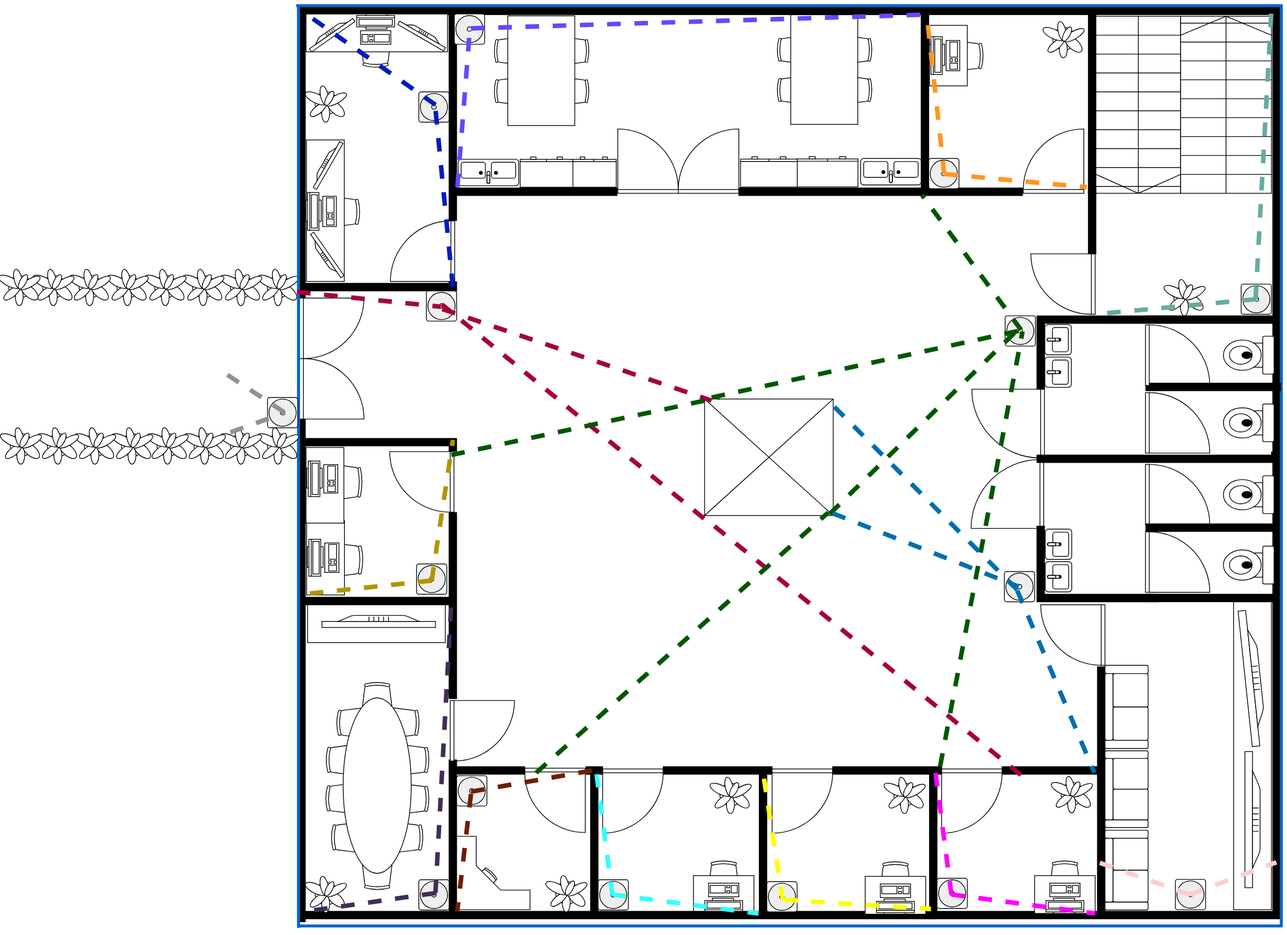
The draw.io diagram diagram.svg in ziobrowskipiotr/BSc-Thesis, before a commit. Source tidied: cells renumbered, new cells last; positions are measured from the earlier drawing's top-left corner, leaving out a move shared by most shapes.
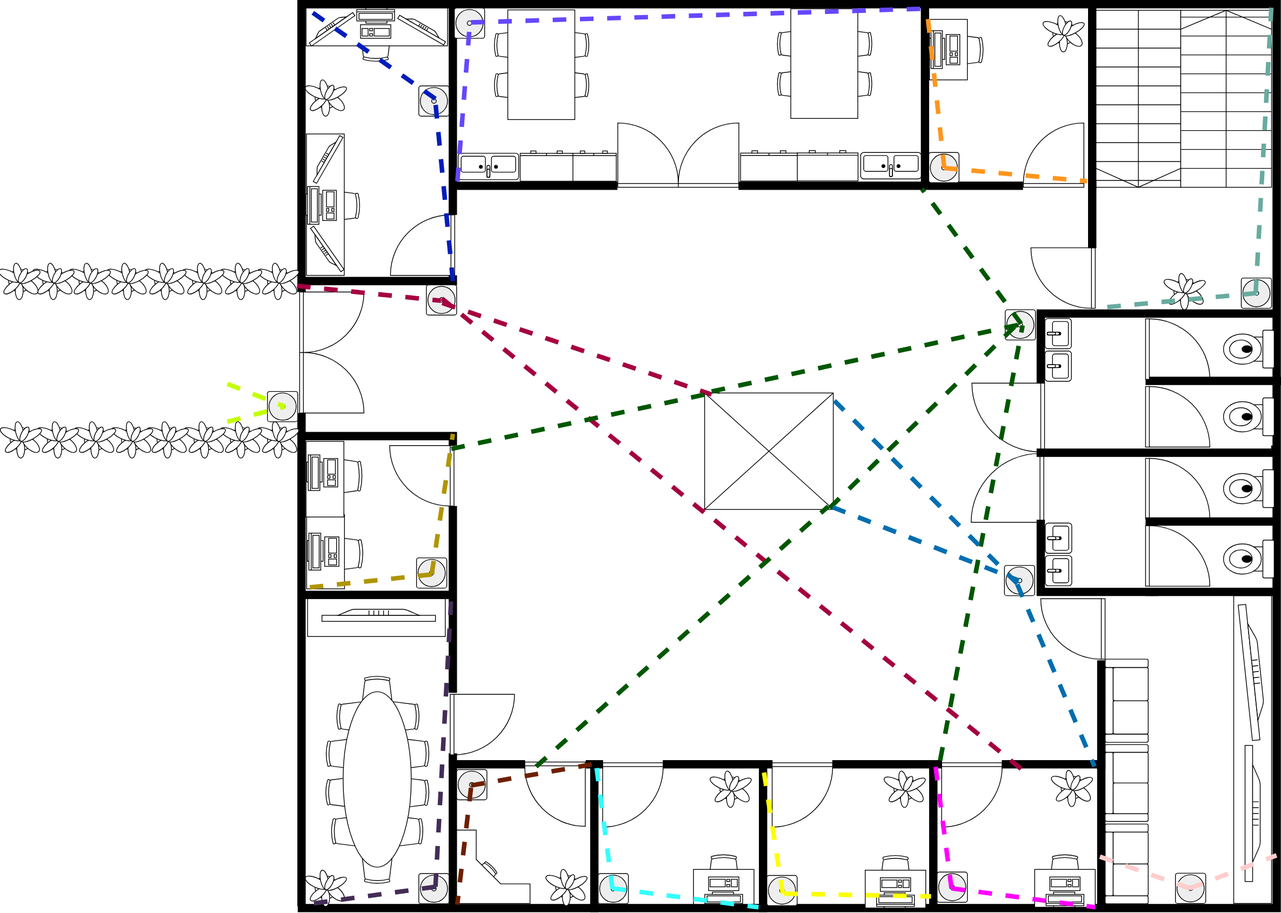
The same diagram one commit later.

Change to the diagram source:
```diff
@@ -50,3 +50,3 @@
     <mxCell id="17" style="verticalLabelPosition=bottom;html=1;verticalAlign=top;align=center;strokeWidth=1;shape=mxgraph.floorplan.wallU;fillColor=#000000;rounded=0;shadow=0;comic=0;fontFamily=Verdana;fontSize=12;rotation=90;" parent="1" vertex="1">
-      <mxGeometry x="440" y="0.4" width="1205.2" height="1298.2" as="geometry" />
+      <mxGeometry x="440" y="-0.6" width="1205.2" height="1298.2" as="geometry" />
     </mxCell>
@@ -77,3 +77,3 @@
     <mxCell id="26" style="verticalLabelPosition=bottom;html=1;verticalAlign=top;align=center;strokeWidth=1;shape=mxgraph.floorplan.wall;fillColor=#000000;direction=south;rounded=0;shadow=0;comic=0;fontFamily=Verdana;fontSize=12;" parent="1" vertex="1">
-      <mxGeometry x="393" y="592" width="10" height="664" as="geometry" />
+      <mxGeometry x="393" y="592" width="10" height="651" as="geometry" />
     </mxCell>
@@ -116,3 +116,3 @@
     <mxCell id="39" style="verticalLabelPosition=bottom;html=1;verticalAlign=top;align=center;strokeWidth=1;shape=mxgraph.floorplan.wall;fillColor=#000000;direction=south;rounded=0;shadow=0;comic=0;fontFamily=Verdana;fontSize=12;" parent="1" vertex="1">
-      <mxGeometry x="1228" y="1061" width="10" height="191" as="geometry" />
+      <mxGeometry x="1228" y="1061" width="10" height="182" as="geometry" />
     </mxCell>
@@ -238,11 +238,2 @@
     </mxCell>
-    <mxCell id="80" style="line;strokeWidth=4;html=1;perimeter=backbonePerimeter;rounded=1;shadow=0;comic=0;fillColor=none;fontFamily=Verdana;fontSize=28;fontColor=#6881B3;align=center;strokeColor=#0066CC;" parent="1" vertex="1">
-      <mxGeometry x="391" y="40" width="1304" height="10" as="geometry" />
-    </mxCell>
-    <mxCell id="81" style="line;strokeWidth=4;direction=south;html=1;rounded=1;shadow=0;comic=0;labelBackgroundColor=#ffffff;fillColor=none;fontFamily=Verdana;fontSize=28;fontColor=#6881B3;strokeColor=#0066CC;" parent="1" vertex="1">
-      <mxGeometry x="389" y="44" width="10" height="1220" as="geometry" />
-    </mxCell>
-    <mxCell id="82" style="line;strokeWidth=4;direction=south;html=1;rounded=1;shadow=0;comic=0;labelBackgroundColor=#ffffff;fillColor=none;fontFamily=Verdana;fontSize=28;fontColor=#6881B3;strokeColor=#0066CC;" parent="1" vertex="1">
-      <mxGeometry x="1688" y="46" width="10" height="1217" as="geometry" />
-    </mxCell>
     <mxCell id="83" style="verticalLabelPosition=bottom;html=1;verticalAlign=top;align=center;strokeWidth=1;shape=mxgraph.floorplan.office_chair;fillColor=#ffffff;strokeColor=#000000;shadow=0;rounded=0;comic=0;fontFamily=Verdana;fontSize=12;" parent="1" vertex="1">
@@ -256,5 +247,2 @@
     </mxCell>
-    <mxCell id="86" style="line;strokeWidth=4;html=1;perimeter=backbonePerimeter;rounded=1;shadow=0;comic=0;fillColor=none;fontFamily=Verdana;fontSize=28;fontColor=#6881B3;align=center;strokeColor=#0066CC;" parent="1" vertex="1">
-      <mxGeometry x="395" y="1251" width="1299" height="21" as="geometry" />
-    </mxCell>
     <mxCell id="87" style="verticalLabelPosition=bottom;html=1;verticalAlign=top;align=center;strokeWidth=1;shape=mxgraph.floorplan.toilet;rounded=0;shadow=0;comic=0;fontFamily=Verdana;fontSize=12;rotation=-90;direction=west;flipH=0;flipV=0;" parent="1" vertex="1">
@@ -532,3 +520,3 @@
     </mxCell>
-    <mxCell id="178" style="endArrow=none;dashed=1;html=1;rounded=0;exitX=0.757;exitY=-0.5;exitDx=0;exitDy=0;exitPerimeter=0;entryX=0.99;entryY=0.8;entryDx=0;entryDy=0;entryPerimeter=0;fontSize=11;spacing=2;arcSize=20;labelBorderColor=none;fillColor=#76608a;strokeColor=#432D57;startSize=6;endSize=6;jumpSize=6;strokeWidth=6;" parent="1" edge="1" target="19">
+    <mxCell id="178" style="endArrow=none;dashed=1;html=1;rounded=0;exitX=0.757;exitY=-0.5;exitDx=0;exitDy=0;exitPerimeter=0;entryX=0.99;entryY=0.8;entryDx=0;entryDy=0;entryPerimeter=0;fontSize=11;spacing=2;arcSize=20;labelBorderColor=none;fillColor=#76608a;strokeColor=light-dark(#432D57,#432D57);startSize=6;endSize=6;jumpSize=6;strokeWidth=6;" parent="1" edge="1" target="19">
       <mxGeometry relative="1" as="geometry">
@@ -537,3 +525,3 @@
     </mxCell>
-    <mxCell id="179" style="endArrow=none;dashed=1;html=1;rounded=0;exitX=0.757;exitY=-0.5;exitDx=0;exitDy=0;exitPerimeter=0;fontSize=11;spacing=2;arcSize=20;labelBorderColor=none;fillColor=#76608a;strokeColor=#432D57;startSize=6;endSize=6;jumpSize=6;strokeWidth=6;entryX=0.992;entryY=0.993;entryDx=0;entryDy=0;entryPerimeter=0;" parent="1" edge="1" target="17">
+    <mxCell id="179" style="endArrow=none;dashed=1;html=1;rounded=0;exitX=0.757;exitY=-0.5;exitDx=0;exitDy=0;exitPerimeter=0;fontSize=11;spacing=2;arcSize=20;labelBorderColor=none;fillColor=#76608a;strokeColor=light-dark(#432D57,#432D57);startSize=6;endSize=6;jumpSize=6;strokeWidth=6;entryX=0.992;entryY=0.993;entryDx=0;entryDy=0;entryPerimeter=0;" parent="1" edge="1" target="17">
       <mxGeometry relative="1" as="geometry">
@@ -542,4 +530,6 @@
     </mxCell>
-    <mxCell id="180" style="endArrow=none;dashed=1;html=1;rounded=0;exitX=0.311;exitY=0.7;exitDx=0;exitDy=0;exitPerimeter=0;entryX=0.475;entryY=0.525;entryDx=0;entryDy=0;entryPerimeter=0;fontSize=11;spacing=2;arcSize=20;labelBorderColor=none;fillColor=#d80073;strokeColor=#A50040;startSize=6;endSize=6;jumpSize=6;strokeWidth=6;" parent="1" edge="1" source="81" target="164">
-      <mxGeometry relative="1" as="geometry" />
+    <mxCell id="180" style="endArrow=none;dashed=1;html=1;rounded=0;exitX=0.311;exitY=0.7;exitDx=0;exitDy=0;exitPerimeter=0;entryX=0.475;entryY=0.525;entryDx=0;entryDy=0;entryPerimeter=0;fontSize=11;spacing=2;arcSize=20;labelBorderColor=none;fillColor=#d80073;strokeColor=#A50040;startSize=6;endSize=6;jumpSize=6;strokeWidth=6;" parent="1" edge="1" target="164">
+      <mxGeometry relative="1" as="geometry">
+        <mxPoint x="392" y="423.4" as="sourcePoint" />
+      </mxGeometry>
     </mxCell>
@@ -603,6 +593,6 @@
     </mxCell>
-    <mxCell id="192" style="endArrow=none;dashed=1;html=1;rounded=0;exitX=0.55;exitY=0.475;exitDx=0;exitDy=0;exitPerimeter=0;entryX=0.029;entryY=1.1;entryDx=0;entryDy=0;entryPerimeter=0;fontSize=11;spacing=2;arcSize=20;labelBorderColor=none;fillColor=#d80073;strokeColor=#6647FF;startSize=6;endSize=6;jumpSize=6;strokeWidth=6;" parent="1" edge="1" source="169" target="72">
+    <mxCell id="192" style="endArrow=none;dashed=1;html=1;rounded=0;exitX=0.55;exitY=0.475;exitDx=0;exitDy=0;exitPerimeter=0;entryX=0.029;entryY=1.1;entryDx=0;entryDy=0;entryPerimeter=0;fontSize=11;spacing=2;arcSize=20;labelBorderColor=none;fillColor=#d80073;strokeColor=light-dark(#6647FF,#6647FF);startSize=6;endSize=6;jumpSize=6;strokeWidth=6;" parent="1" edge="1" source="169" target="72">
       <mxGeometry relative="1" as="geometry" />
     </mxCell>
-    <mxCell id="193" style="endArrow=none;dashed=1;html=1;rounded=0;exitX=0.842;exitY=-0.1;exitDx=0;exitDy=0;exitPerimeter=0;entryX=0.99;entryY=0.8;entryDx=0;entryDy=0;entryPerimeter=0;fontSize=11;spacing=2;arcSize=20;labelBorderColor=none;fillColor=#d80073;strokeColor=#6647FF;startSize=6;endSize=6;jumpSize=6;strokeWidth=6;" parent="1" edge="1" source="45">
+    <mxCell id="193" style="endArrow=none;dashed=1;html=1;rounded=0;exitX=0.842;exitY=-0.1;exitDx=0;exitDy=0;exitPerimeter=0;entryX=0.99;entryY=0.8;entryDx=0;entryDy=0;entryPerimeter=0;fontSize=11;spacing=2;arcSize=20;labelBorderColor=none;fillColor=#d80073;strokeColor=light-dark(#6647FF,#6647FF);startSize=6;endSize=6;jumpSize=6;strokeWidth=6;" parent="1" edge="1" source="45">
       <mxGeometry relative="1" as="geometry">
@@ -611,3 +601,3 @@
     </mxCell>
-    <mxCell id="194" style="endArrow=none;dashed=1;html=1;rounded=0;exitX=0.757;exitY=-0.5;exitDx=0;exitDy=0;exitPerimeter=0;entryX=0.012;entryY=0.3;entryDx=0;entryDy=0;entryPerimeter=0;fontSize=11;spacing=2;arcSize=20;labelBorderColor=none;fillColor=#d80073;strokeColor=#FF961E;startSize=6;endSize=6;jumpSize=6;strokeWidth=6;" parent="1" edge="1" target="72">
+    <mxCell id="194" style="endArrow=none;dashed=1;html=1;rounded=0;exitX=0.757;exitY=-0.5;exitDx=0;exitDy=0;exitPerimeter=0;entryX=0.012;entryY=0.3;entryDx=0;entryDy=0;entryPerimeter=0;fontSize=11;spacing=2;arcSize=20;labelBorderColor=none;fillColor=#d80073;strokeColor=light-dark(#FF961E,#FF961E);startSize=6;endSize=6;jumpSize=6;strokeWidth=6;" parent="1" edge="1" target="72">
       <mxGeometry relative="1" as="geometry">
@@ -616,3 +606,3 @@
     </mxCell>
-    <mxCell id="195" style="endArrow=none;dashed=1;html=1;rounded=0;exitX=0.757;exitY=-0.5;exitDx=0;exitDy=0;exitPerimeter=0;entryX=1.05;entryY=0.094;entryDx=0;entryDy=0;entryPerimeter=0;fontSize=11;spacing=2;arcSize=20;labelBorderColor=none;fillColor=#d80073;strokeColor=#FF961E;startSize=6;endSize=6;jumpSize=6;strokeWidth=6;" parent="1" edge="1" target="70">
+    <mxCell id="195" style="endArrow=none;dashed=1;html=1;rounded=0;exitX=0.757;exitY=-0.5;exitDx=0;exitDy=0;exitPerimeter=0;entryX=1.05;entryY=0.094;entryDx=0;entryDy=0;entryPerimeter=0;fontSize=11;spacing=2;arcSize=20;labelBorderColor=none;fillColor=#d80073;strokeColor=light-dark(#FF961E,#FF961E);startSize=6;endSize=6;jumpSize=6;strokeWidth=6;" parent="1" edge="1" target="70">
       <mxGeometry relative="1" as="geometry">
@@ -631,3 +621,3 @@
     </mxCell>
-    <mxCell id="198" style="endArrow=none;dashed=1;html=1;rounded=0;exitX=0.757;exitY=-0.5;exitDx=0;exitDy=0;exitPerimeter=0;entryX=0.992;entryY=0.838;entryDx=0;entryDy=0;entryPerimeter=0;fontSize=11;spacing=2;arcSize=20;labelBorderColor=none;fillColor=#a0522d;strokeColor=#6D1F00;startSize=6;endSize=6;jumpSize=6;strokeWidth=6;" parent="1" edge="1" target="17">
+    <mxCell id="198" style="endArrow=none;dashed=1;html=1;rounded=0;exitX=0.757;exitY=-0.5;exitDx=0;exitDy=0;exitPerimeter=0;entryX=0.992;entryY=0.838;entryDx=0;entryDy=0;entryPerimeter=0;fontSize=11;spacing=2;arcSize=20;labelBorderColor=none;fillColor=#a0522d;strokeColor=light-dark(#6D1F00,#6D1F00);startSize=6;endSize=6;jumpSize=6;strokeWidth=6;" parent="1" edge="1" target="17">
       <mxGeometry relative="1" as="geometry">
@@ -636,3 +626,3 @@
     </mxCell>
-    <mxCell id="199" style="endArrow=none;dashed=1;html=1;rounded=0;exitX=0.757;exitY=-0.5;exitDx=0;exitDy=0;exitPerimeter=0;entryX=-0.005;entryY=0.8;entryDx=0;entryDy=0;entryPerimeter=0;fontSize=11;spacing=2;arcSize=20;labelBorderColor=none;fillColor=#a0522d;strokeColor=#6D1F00;startSize=6;endSize=6;jumpSize=6;strokeWidth=6;" parent="1" edge="1">
+    <mxCell id="199" style="endArrow=none;dashed=1;html=1;rounded=0;exitX=0.757;exitY=-0.5;exitDx=0;exitDy=0;exitPerimeter=0;entryX=-0.005;entryY=0.8;entryDx=0;entryDy=0;entryPerimeter=0;fontSize=11;spacing=2;arcSize=20;labelBorderColor=none;fillColor=#a0522d;strokeColor=light-dark(#6D1F00,#6D1F00);startSize=6;endSize=6;jumpSize=6;strokeWidth=6;" parent="1" edge="1">
       <mxGeometry relative="1" as="geometry">
@@ -642,3 +632,3 @@
     </mxCell>
-    <mxCell id="200" style="endArrow=none;dashed=1;html=1;rounded=0;exitX=0.757;exitY=-0.5;exitDx=0;exitDy=0;exitPerimeter=0;entryX=0.005;entryY=0.2;entryDx=0;entryDy=0;entryPerimeter=0;fontSize=11;spacing=2;arcSize=20;labelBorderColor=none;fillColor=#d80073;strokeColor=#33FFFF;startSize=6;endSize=6;jumpSize=6;strokeWidth=6;" parent="1" edge="1" target="27">
+    <mxCell id="200" style="endArrow=none;dashed=1;html=1;rounded=0;exitX=0.757;exitY=-0.5;exitDx=0;exitDy=0;exitPerimeter=0;entryX=0.005;entryY=0.2;entryDx=0;entryDy=0;entryPerimeter=0;fontSize=11;spacing=2;arcSize=20;labelBorderColor=none;fillColor=#d80073;strokeColor=light-dark(#33FFFF,#33FFFF);startSize=6;endSize=6;jumpSize=6;strokeWidth=6;" parent="1" edge="1" target="27">
       <mxGeometry relative="1" as="geometry">
@@ -647,3 +637,3 @@
     </mxCell>
-    <mxCell id="201" style="endArrow=none;dashed=1;html=1;rounded=0;exitX=0.757;exitY=-0.5;exitDx=0;exitDy=0;exitPerimeter=0;entryX=0.969;entryY=1.1;entryDx=0;entryDy=0;entryPerimeter=0;fontSize=11;spacing=2;arcSize=20;labelBorderColor=none;fillColor=#d80073;strokeColor=light-dark(#33ffff, #ffa9e0);startSize=6;endSize=6;jumpSize=6;strokeWidth=6;" parent="1" edge="1" target="31">
+    <mxCell id="201" style="endArrow=none;dashed=1;html=1;rounded=0;exitX=0.757;exitY=-0.5;exitDx=0;exitDy=0;exitPerimeter=0;entryX=0.969;entryY=1.1;entryDx=0;entryDy=0;entryPerimeter=0;fontSize=11;spacing=2;arcSize=20;labelBorderColor=none;fillColor=#d80073;strokeColor=light-dark(#33FFFF,#33FFFF);startSize=6;endSize=6;jumpSize=6;strokeWidth=6;" parent="1" edge="1" target="31">
       <mxGeometry relative="1" as="geometry">
@@ -652,3 +642,3 @@
     </mxCell>
-    <mxCell id="202" style="endArrow=none;dashed=1;html=1;rounded=0;exitX=0.757;exitY=-0.5;exitDx=0;exitDy=0;exitPerimeter=0;entryX=0.917;entryY=0.8;entryDx=0;entryDy=0;entryPerimeter=0;fontSize=11;spacing=2;arcSize=20;labelBorderColor=none;fillColor=#d80073;strokeColor=light-dark(#fbff05, #ffa9e0);startSize=6;endSize=6;jumpSize=6;strokeWidth=6;" parent="1" edge="1" target="32">
+    <mxCell id="202" style="endArrow=none;dashed=1;html=1;rounded=0;exitX=0.757;exitY=-0.5;exitDx=0;exitDy=0;exitPerimeter=0;entryX=0.917;entryY=0.8;entryDx=0;entryDy=0;entryPerimeter=0;fontSize=11;spacing=2;arcSize=20;labelBorderColor=none;fillColor=#d80073;strokeColor=light-dark(#FBFF05,#FBFF05);startSize=6;endSize=6;jumpSize=6;strokeWidth=6;" parent="1" edge="1" target="32">
       <mxGeometry relative="1" as="geometry">
@@ -657,3 +647,3 @@
     </mxCell>
-    <mxCell id="203" style="endArrow=none;dashed=1;html=1;rounded=0;exitX=0.757;exitY=-0.5;exitDx=0;exitDy=0;exitPerimeter=0;entryX=0.932;entryY=0.8;entryDx=0;entryDy=0;entryPerimeter=0;fontSize=11;spacing=2;arcSize=20;labelBorderColor=none;fillColor=#d80073;strokeColor=light-dark(#fbff05, #ffa9e0);startSize=6;endSize=6;jumpSize=6;strokeWidth=6;" parent="1" edge="1" target="39">
+    <mxCell id="203" style="endArrow=none;dashed=1;html=1;rounded=0;exitX=0.757;exitY=-0.5;exitDx=0;exitDy=0;exitPerimeter=0;entryX=0.932;entryY=0.8;entryDx=0;entryDy=0;entryPerimeter=0;fontSize=11;spacing=2;arcSize=20;labelBorderColor=none;fillColor=#d80073;strokeColor=light-dark(#FBFF05,#FBFF05);startSize=6;endSize=6;jumpSize=6;strokeWidth=6;" parent="1" edge="1" target="39">
       <mxGeometry relative="1" as="geometry">
@@ -662,3 +652,3 @@
     </mxCell>
-    <mxCell id="204" style="endArrow=none;dashed=1;html=1;rounded=0;exitX=0.757;exitY=-0.5;exitDx=0;exitDy=0;exitPerimeter=0;entryX=-0.01;entryY=0.2;entryDx=0;entryDy=0;entryPerimeter=0;fontSize=11;spacing=2;arcSize=20;labelBorderColor=none;fillColor=#d80073;strokeColor=#FF00FF;startSize=6;endSize=6;jumpSize=6;strokeWidth=6;" parent="1" edge="1" target="39">
+    <mxCell id="204" style="endArrow=none;dashed=1;html=1;rounded=0;exitX=0.757;exitY=-0.5;exitDx=0;exitDy=0;exitPerimeter=0;entryX=-0.01;entryY=0.2;entryDx=0;entryDy=0;entryPerimeter=0;fontSize=11;spacing=2;arcSize=20;labelBorderColor=none;fillColor=#d80073;strokeColor=light-dark(#FF00FF,#FF00FF);startSize=6;endSize=6;jumpSize=6;strokeWidth=6;" parent="1" edge="1" target="39">
       <mxGeometry relative="1" as="geometry">
@@ -667,3 +657,3 @@
     </mxCell>
-    <mxCell id="205" style="endArrow=none;dashed=1;html=1;rounded=0;exitX=0.757;exitY=-0.5;exitDx=0;exitDy=0;exitPerimeter=0;entryX=1;entryY=1;entryDx=0;entryDy=0;fontSize=11;spacing=2;arcSize=20;labelBorderColor=none;fillColor=#d80073;strokeColor=#FF00FF;startSize=6;endSize=6;jumpSize=6;strokeWidth=6;" parent="1" edge="1" target="84">
+    <mxCell id="205" style="endArrow=none;dashed=1;html=1;rounded=0;exitX=0.757;exitY=-0.5;exitDx=0;exitDy=0;exitPerimeter=0;entryX=1;entryY=1;entryDx=0;entryDy=0;fontSize=11;spacing=2;arcSize=20;labelBorderColor=none;fillColor=#d80073;strokeColor=light-dark(#FF00FF,#FF00FF);startSize=6;endSize=6;jumpSize=6;strokeWidth=6;" parent="1" edge="1" target="84">
       <mxGeometry relative="1" as="geometry">
@@ -672,3 +662,3 @@
     </mxCell>
-    <mxCell id="206" style="endArrow=none;dashed=1;html=1;rounded=0;exitX=0.757;exitY=-0.5;exitDx=0;exitDy=0;exitPerimeter=0;entryX=0.938;entryY=0.004;entryDx=0;entryDy=0;fontSize=11;spacing=2;arcSize=20;labelBorderColor=none;fillColor=#d80073;strokeColor=#FFCCCC;startSize=6;endSize=6;jumpSize=6;strokeWidth=6;entryPerimeter=0;" parent="1" edge="1" target="17">
+    <mxCell id="206" style="endArrow=none;dashed=1;html=1;rounded=0;exitX=0.757;exitY=-0.5;exitDx=0;exitDy=0;exitPerimeter=0;entryX=0.938;entryY=0.004;entryDx=0;entryDy=0;fontSize=11;spacing=2;arcSize=20;labelBorderColor=none;fillColor=#d80073;strokeColor=light-dark(#FFCCCC,#FFCCCC);startSize=6;endSize=6;jumpSize=6;strokeWidth=6;entryPerimeter=0;" parent="1" edge="1" target="17">
       <mxGeometry relative="1" as="geometry">
@@ -677,3 +667,3 @@
     </mxCell>
-    <mxCell id="207" style="endArrow=none;dashed=1;html=1;rounded=0;exitX=0.757;exitY=-0.5;exitDx=0;exitDy=0;exitPerimeter=0;entryX=0.651;entryY=1;entryDx=0;entryDy=0;entryPerimeter=0;fontSize=11;spacing=2;arcSize=20;labelBorderColor=none;fillColor=#d80073;strokeColor=#FFCCCC;startSize=6;endSize=6;jumpSize=6;strokeWidth=6;" parent="1" edge="1" target="122">
+    <mxCell id="207" style="endArrow=none;dashed=1;html=1;rounded=0;exitX=0.757;exitY=-0.5;exitDx=0;exitDy=0;exitPerimeter=0;entryX=0.651;entryY=1;entryDx=0;entryDy=0;entryPerimeter=0;fontSize=11;spacing=2;arcSize=20;labelBorderColor=none;fillColor=#d80073;strokeColor=light-dark(#FFCCCC,#FFCCCC);startSize=6;endSize=6;jumpSize=6;strokeWidth=6;" parent="1" edge="1" target="122">
       <mxGeometry relative="1" as="geometry">
@@ -682,3 +672,3 @@
     </mxCell>
-    <mxCell id="208" style="endArrow=none;dashed=1;html=1;rounded=0;exitX=0.757;exitY=-0.5;exitDx=0;exitDy=0;exitPerimeter=0;entryX=0.99;entryY=0.8;entryDx=0;entryDy=0;entryPerimeter=0;fontSize=11;spacing=2;arcSize=20;labelBorderColor=none;fillColor=#d80073;strokeColor=#67AB9F;startSize=6;endSize=6;jumpSize=6;strokeWidth=6;" parent="1" edge="1">
+    <mxCell id="208" style="endArrow=none;dashed=1;html=1;rounded=0;exitX=0.757;exitY=-0.5;exitDx=0;exitDy=0;exitPerimeter=0;entryX=0.99;entryY=0.8;entryDx=0;entryDy=0;entryPerimeter=0;fontSize=11;spacing=2;arcSize=20;labelBorderColor=none;fillColor=#d80073;strokeColor=light-dark(#67AB9F,#67AB9F);startSize=6;endSize=6;jumpSize=6;strokeWidth=6;" parent="1" edge="1">
       <mxGeometry relative="1" as="geometry">
@@ -688,3 +678,3 @@
     </mxCell>
-    <mxCell id="209" style="endArrow=none;dashed=1;html=1;rounded=0;exitX=0.757;exitY=-0.5;exitDx=0;exitDy=0;exitPerimeter=0;fontSize=11;spacing=2;arcSize=20;labelBorderColor=none;fillColor=#d80073;strokeColor=#67AB9F;startSize=6;endSize=6;jumpSize=6;strokeWidth=6;entryX=0;entryY=0.012;entryDx=0;entryDy=0;entryPerimeter=0;" parent="1" edge="1" target="67">
+    <mxCell id="209" style="endArrow=none;dashed=1;html=1;rounded=0;exitX=0.757;exitY=-0.5;exitDx=0;exitDy=0;exitPerimeter=0;fontSize=11;spacing=2;arcSize=20;labelBorderColor=none;fillColor=#d80073;strokeColor=light-dark(#67AB9F,#67AB9F);startSize=6;endSize=6;jumpSize=6;strokeWidth=6;entryX=0;entryY=0.012;entryDx=0;entryDy=0;entryPerimeter=0;" parent="1" edge="1" target="67">
       <mxGeometry relative="1" as="geometry">
@@ -710,5 +700,5 @@
     </mxCell>
-    <mxCell id="213" style="endArrow=none;dashed=1;html=1;rounded=0;fontSize=11;spacing=2;arcSize=20;labelBorderColor=none;fillColor=#d80073;strokeColor=#919191;startSize=6;endSize=6;jumpSize=6;strokeWidth=6;entryX=0.054;entryY=0.013;entryDx=0;entryDy=0;entryPerimeter=0;" parent="1" edge="1">
+    <mxCell id="213" style="endArrow=none;dashed=1;html=1;rounded=0;fontSize=11;spacing=2;arcSize=20;labelBorderColor=none;fillColor=#d80073;strokeColor=light-dark(#C3FF00,#C3FF00);startSize=6;endSize=6;jumpSize=6;strokeWidth=6;entryX=0.054;entryY=0.013;entryDx=0;entryDy=0;entryPerimeter=0;" parent="1" edge="1">
       <mxGeometry relative="1" as="geometry">
-        <mxPoint x="300" y="533" as="sourcePoint" />
+        <mxPoint x="300" y="553" as="sourcePoint" />
         <mxPoint x="376" y="583" as="targetPoint" />
@@ -716,4 +706,5 @@
     </mxCell>
-    <mxCell id="214" style="endArrow=none;dashed=1;html=1;rounded=0;fontSize=11;spacing=2;arcSize=20;labelBorderColor=none;fillColor=#d80073;strokeColor=#919191;startSize=6;endSize=6;jumpSize=6;strokeWidth=6;entryX=0.054;entryY=0.013;entryDx=0;entryDy=0;entryPerimeter=0;exitX=0.234;exitY=0.176;exitDx=0;exitDy=0;exitPerimeter=0;" parent="1" edge="1" source="155">
+    <mxCell id="214" style="endArrow=none;dashed=1;html=1;rounded=0;fontSize=11;spacing=2;arcSize=20;labelBorderColor=none;fillColor=#d80073;strokeColor=light-dark(#C3FF00,#C3FF00);startSize=6;endSize=6;jumpSize=6;strokeWidth=6;entryX=0.054;entryY=0.013;entryDx=0;entryDy=0;entryPerimeter=0;" parent="1" edge="1">
       <mxGeometry relative="1" as="geometry">
+        <mxPoint x="300" y="603" as="sourcePoint" />
         <mxPoint x="376" y="583" as="targetPoint" />
```
